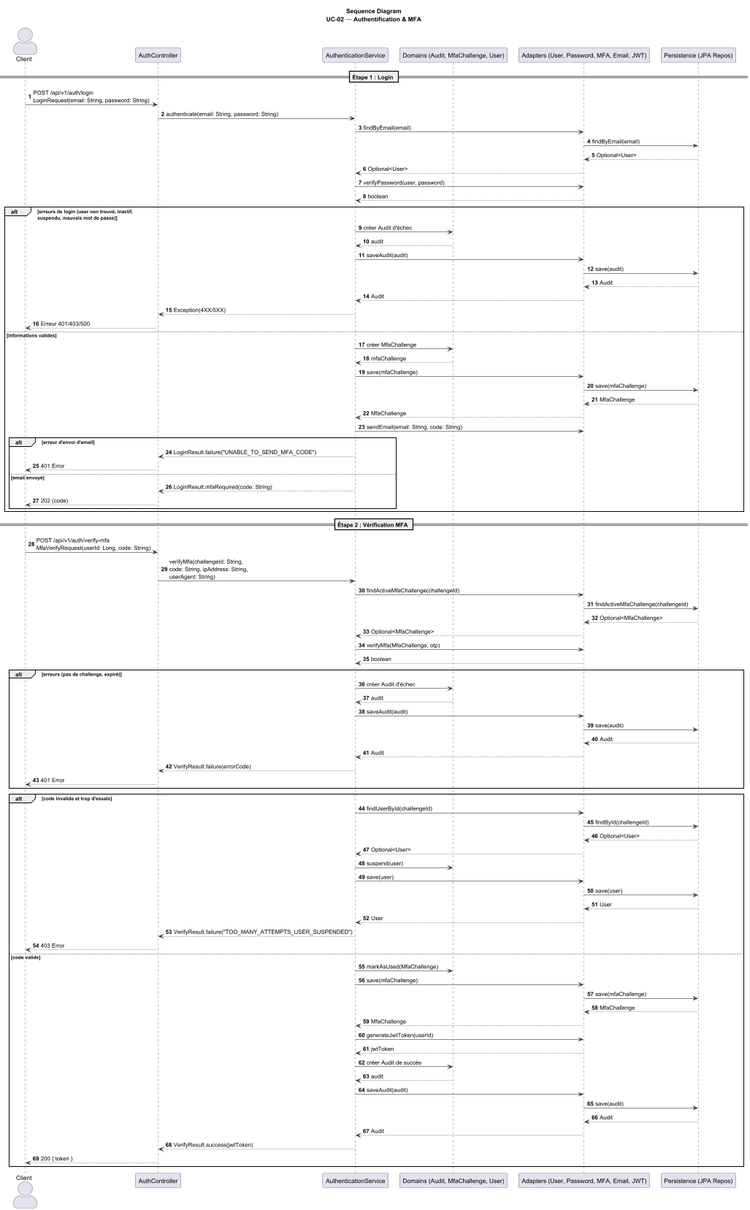
The PlantUML diagram docs/architecture/4+1/processView/sequenceDiagrams/sequenceDiagramUC02.png in Hugo-12341234/BrokerX_MicroServices, before a commit. The source it was exported from:
```plantuml
@startuml

title Sequence Diagram\nUC-02 — Authentification & MFA

skinparam ParticipantPadding 8
skinparam BoxPadding 6
skinparam Shadowing false
skinparam ArrowColor #2c3e50
skinparam ActorStyle awesome
autonumber

actor Client
participant AuthController
participant AuthenticationService
participant "Domains (Audit, MfaChallenge, User)" as Domain
participant "Adapters (User, Password, MFA, Email, JWT)" as Adapters
participant "Persistence (JPA Repos)" as Persistence


== Étape 1 : Login ==
Client -> AuthController: POST /api/v1/auth/login\nLoginRequest(email: String, password: String)
AuthController -> AuthenticationService: authenticate(email: String, password: String)

AuthenticationService -> Adapters: findByEmail(email)
Adapters -> Persistence: findByEmail(email)
Persistence --> Adapters: Optional<User>
Adapters --> AuthenticationService: Optional<User>

AuthenticationService -> Adapters: verifyPassword(user, password)
Adapters --> AuthenticationService: boolean

alt erreurs de login (user non trouvé, inactif,\nsuspendu, mauvais mot de passe)
  AuthenticationService -> Domain: créer Audit d'échec
  Domain --> AuthenticationService: audit
  AuthenticationService -> Adapters: saveAudit(audit)
  Adapters -> Persistence: save(audit)
  Persistence --> Adapters: Audit
  Adapters --> AuthenticationService: Audit
  AuthenticationService --> AuthController: Exception(4XX/5XX)
  AuthController --> Client: Erreur 401/403/500
else informations valides
  AuthenticationService -> Domain: créer MfaChallenge
  Domain --> AuthenticationService: mfaChallenge
  AuthenticationService -> Adapters: save(mfaChallenge)
  Adapters -> Persistence: save(mfaChallenge)
  Persistence --> Adapters: MfaChallenge
  Adapters --> AuthenticationService: MfaChallenge

  AuthenticationService -> Adapters: sendEmail(email: String, code: String)

  alt erreur d'envoi d'email
    AuthenticationService --> AuthController: LoginResult.failure("UNABLE_TO_SEND_MFA_CODE")
    AuthController --> Client: 401 Error
  else email envoyé
    AuthenticationService --> AuthController: LoginResult.mfaRequired(code: String)
    AuthController --> Client: 202 (code)
  end
end

== Étape 2 : Vérification MFA ==
Client -> AuthController: POST /api/v1/auth/verify-mfa\nMfaVerifyRequest(userId: Long, code: String)
AuthController -> AuthenticationService: verifyMfa(challengeId: String,\ncode: String, ipAddress: String,\nuserAgent: String)

AuthenticationService -> Adapters: findActiveMfaChallenge(challengeId)
Adapters -> Persistence: findActiveMfaChallenge(challengeId)
Persistence --> Adapters: Optional<MfaChallenge>
Adapters --> AuthenticationService: Optional<MfaChallenge>

AuthenticationService -> Adapters: verifyMfa(MfaChallenge, otp)
Adapters --> AuthenticationService: boolean

alt erreurs (pas de challenge, expiré)
  AuthenticationService -> Domain: créer Audit d'échec
  Domain --> AuthenticationService: audit
  AuthenticationService -> Adapters: saveAudit(audit)
  Adapters -> Persistence: save(audit)
  Persistence --> Adapters: Audit
  Adapters --> AuthenticationService: Audit
  AuthenticationService --> AuthController: VerifyResult.failure(errorCode)
  AuthController --> Client: 401 Error
 end
alt code invalide et trop d'essais
  AuthenticationService -> Adapters: findUserById(challengeId)
    Adapters -> Persistence: findById(challengeId)
    Persistence --> Adapters: Optional<User>
    Adapters --> AuthenticationService: Optional<User>
    AuthenticationService -> Domain: suspend(user)
    AuthenticationService -> Adapters: save(user)
    Adapters -> Persistence: save(user)
    Persistence --> Adapters: User
    Adapters --> AuthenticationService: User
    AuthenticationService --> AuthController: VerifyResult.failure("TOO_MANY_ATTEMPTS_USER_SUSPENDED")
    AuthController --> Client: 403 Error
else code valide
  AuthenticationService -> Domain: markAsUsed(MfaChallenge)
  AuthenticationService -> Adapters: save(mfaChallenge)
  Adapters -> Persistence: save(mfaChallenge)
  Persistence --> Adapters: MfaChallenge
  Adapters --> AuthenticationService: MfaChallenge

  AuthenticationService -> Adapters: generateJwtToken(userId)
  Adapters --> AuthenticationService: jwtToken

  AuthenticationService -> Domain: créer Audit de succès
    Domain --> AuthenticationService: audit
    AuthenticationService -> Adapters: saveAudit(audit)
    Adapters -> Persistence: save(audit)
    Persistence --> Adapters: Audit
    Adapters --> AuthenticationService: Audit

  AuthenticationService --> AuthController: VerifyResult.success(jwtToken)
  AuthController --> Client: 200 { token }
end

@enduml
```
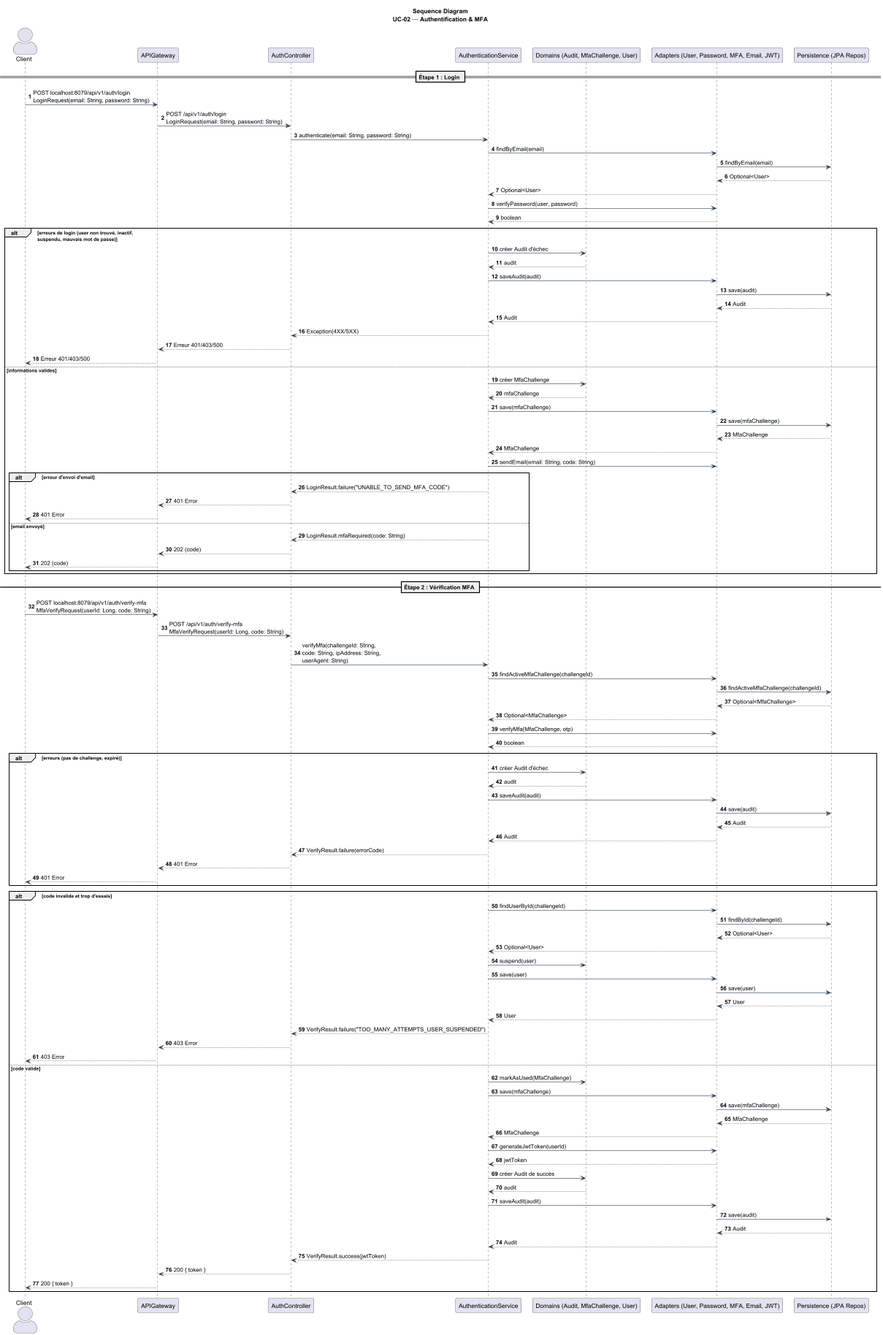
The same file after the commit.

What changed in the source:
```diff
@@ -10,6 +10,7 @@
 autonumber
 
 actor Client
+participant APIGateway
 participant AuthController
 participant AuthenticationService
 participant "Domains (Audit, MfaChallenge, User)" as Domain
@@ -18,7 +19,8 @@
 
 
 == Étape 1 : Login ==
-Client -> AuthController: POST /api/v1/auth/login\nLoginRequest(email: String, password: String)
+Client -> APIGateway: POST localhost:8079/api/v1/auth/login\nLoginRequest(email: String, password: String)
+APIGateway -> AuthController: POST /api/v1/auth/login\nLoginRequest(email: String, password: String)
 AuthController -> AuthenticationService: authenticate(email: String, password: String)
 
 AuthenticationService -> Adapters: findByEmail(email)
@@ -37,7 +39,8 @@
   Persistence --> Adapters: Audit
   Adapters --> AuthenticationService: Audit
   AuthenticationService --> AuthController: Exception(4XX/5XX)
-  AuthController --> Client: Erreur 401/403/500
+  AuthController --> APIGateway: Erreur 401/403/500
+  APIGateway --> Client: Erreur 401/403/500
 else informations valides
   AuthenticationService -> Domain: créer MfaChallenge
   Domain --> AuthenticationService: mfaChallenge
@@ -50,15 +53,18 @@
 
   alt erreur d'envoi d'email
     AuthenticationService --> AuthController: LoginResult.failure("UNABLE_TO_SEND_MFA_CODE")
-    AuthController --> Client: 401 Error
+    AuthController --> APIGateway: 401 Error
+    APIGateway --> Client: 401 Error
   else email envoyé
     AuthenticationService --> AuthController: LoginResult.mfaRequired(code: String)
-    AuthController --> Client: 202 (code)
+    AuthController --> APIGateway: 202 (code)
+    APIGateway --> Client: 202 (code)
   end
 end
 
 == Étape 2 : Vérification MFA ==
-Client -> AuthController: POST /api/v1/auth/verify-mfa\nMfaVerifyRequest(userId: Long, code: String)
+Client -> APIGateway: POST localhost:8079/api/v1/auth/verify-mfa\nMfaVerifyRequest(userId: Long, code: String)
+APIGateway -> AuthController: POST /api/v1/auth/verify-mfa\nMfaVerifyRequest(userId: Long, code: String)
 AuthController -> AuthenticationService: verifyMfa(challengeId: String,\ncode: String, ipAddress: String,\nuserAgent: String)
 
 AuthenticationService -> Adapters: findActiveMfaChallenge(challengeId)
@@ -77,7 +83,8 @@
   Persistence --> Adapters: Audit
   Adapters --> AuthenticationService: Audit
   AuthenticationService --> AuthController: VerifyResult.failure(errorCode)
-  AuthController --> Client: 401 Error
+  AuthController --> APIGateway: 401 Error
+  APIGateway --> Client: 401 Error
  end
 alt code invalide et trop d'essais
   AuthenticationService -> Adapters: findUserById(challengeId)
@@ -90,7 +97,8 @@
     Persistence --> Adapters: User
     Adapters --> AuthenticationService: User
     AuthenticationService --> AuthController: VerifyResult.failure("TOO_MANY_ATTEMPTS_USER_SUSPENDED")
-    AuthController --> Client: 403 Error
+    AuthController --> APIGateway: 403 Error
+    APIGateway --> Client: 403 Error
 else code valide
   AuthenticationService -> Domain: markAsUsed(MfaChallenge)
   AuthenticationService -> Adapters: save(mfaChallenge)
@@ -109,7 +117,8 @@
     Adapters --> AuthenticationService: Audit
 
   AuthenticationService --> AuthController: VerifyResult.success(jwtToken)
-  AuthController --> Client: 200 { token }
+  AuthController --> APIGateway: 200 { token }
+  APIGateway --> Client: 200 { token }
 end
 
 @enduml
```
